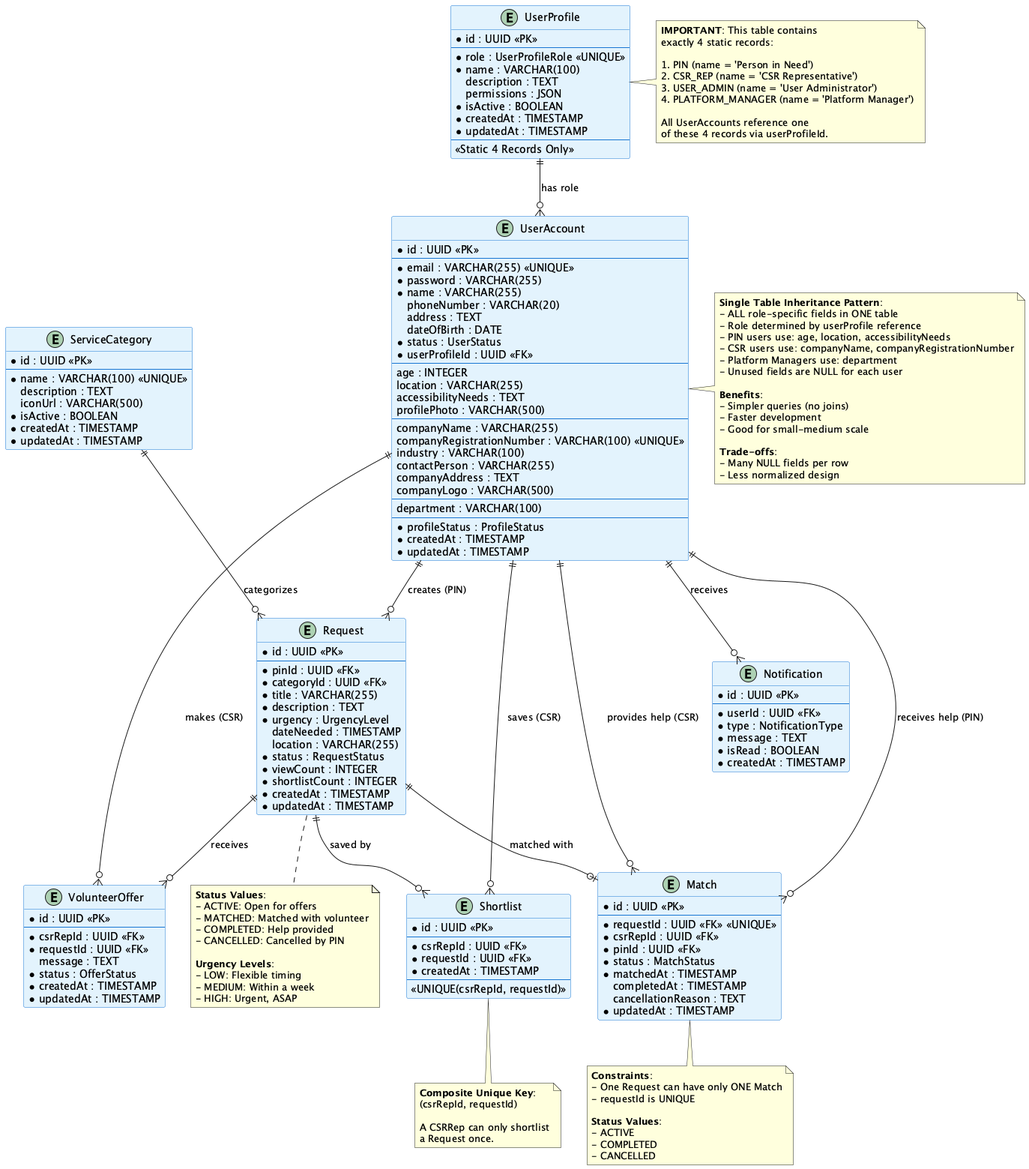
Earlier version of the PlantUML export diagrams/CSR_Volunteer_Matching_System_ERD.png (MatthewGohyy/CSR-Volunteer-Matching-System).
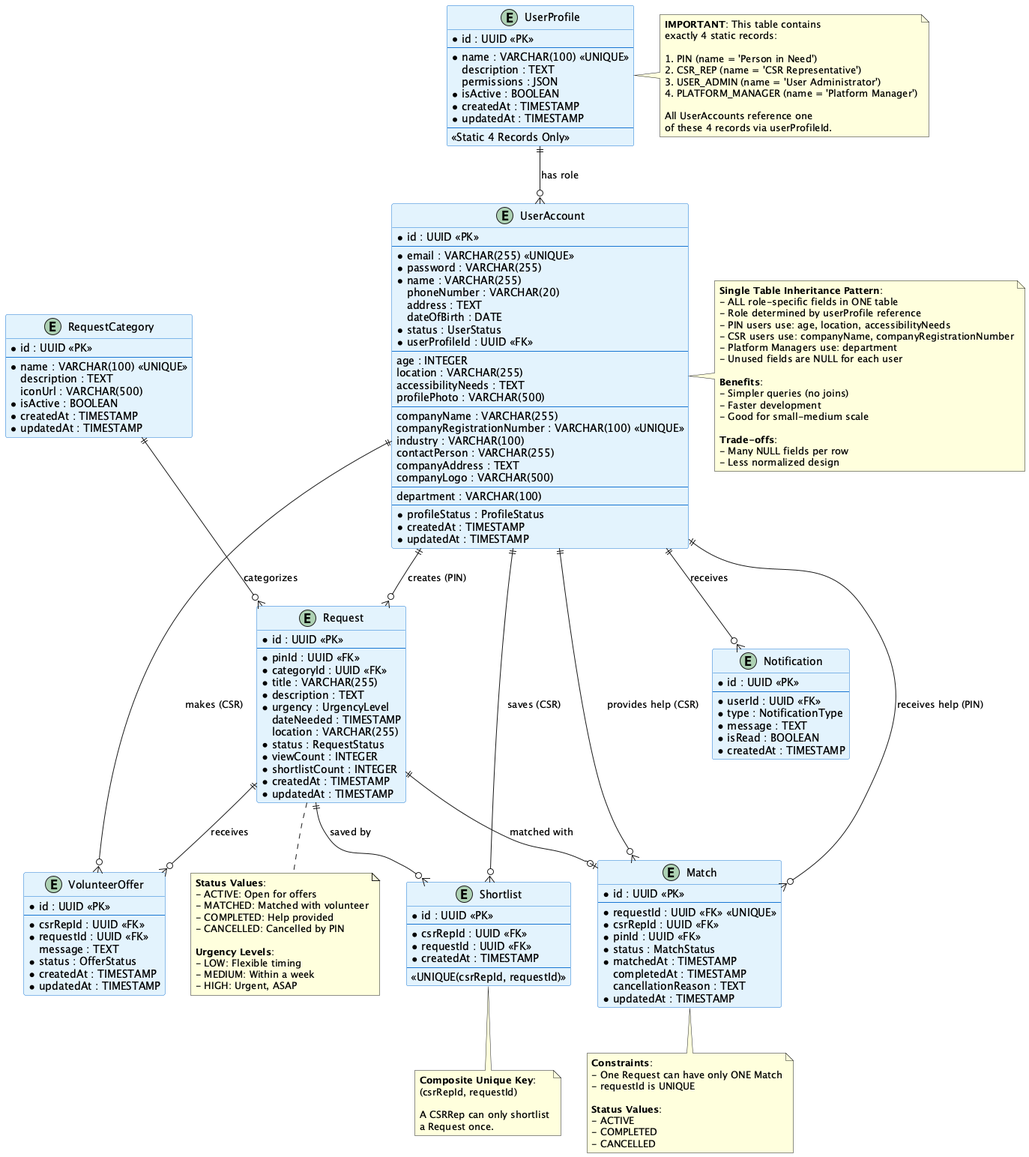
After the change.

The edit, as a diff of the source:
```diff
@@ -19,8 +19,7 @@
 entity UserProfile {
     * id : UUID <<PK>>
     --
-    * role : UserProfileRole <<UNIQUE>>
-    * name : VARCHAR(100)
+    * name : VARCHAR(100) <<UNIQUE>>
     description : TEXT
     permissions : JSON
     * isActive : BOOLEAN
@@ -63,7 +62,7 @@
 
 
 
-entity ServiceCategory {
+entity RequestCategory {
     * id : UUID <<PK>>
     --
     * name : VARCHAR(100) <<UNIQUE>>
@@ -150,7 +149,7 @@
 UserAccount ||--o{ VolunteerOffer : "makes (CSR)"
 UserAccount ||--o{ Match : "provides help (CSR)"
 
-ServiceCategory ||--o{ Request : "categorizes"
+RequestCategory ||--o{ Request : "categorizes"
 
 Request ||--o{ Shortlist : "saved by"
 Request ||--o{ VolunteerOffer : "receives"
```
